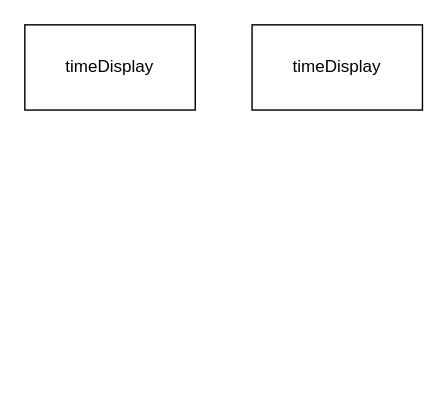
Before: ratingApp.drawio in thangpdsv2/reactTesting, a draw.io diagram. Source tidied: cells renumbered, new cells numbered last; positions are measured from the earlier drawing's top-left corner, leaving out a move shared by most shapes. Both pictures are drawn from the tidied source at 142%, with x=0, y=0 at pixel (24, 24).
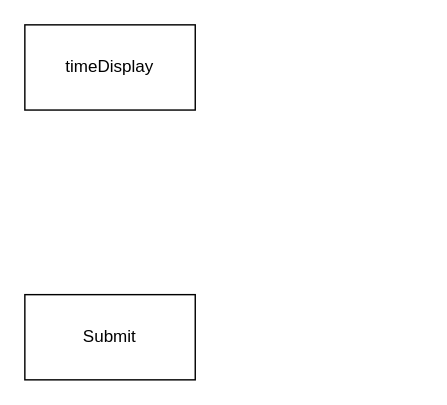
After the change.

The edit, as a diff of the source:
```diff
@@
 <mxGraphModel>
   <root>
     <mxCell id="0" />
     <mxCell id="1" parent="0" />
     <mxCell id="2" value="timeDisplay" style="rounded=0;whiteSpace=wrap;html=1;" parent="1" vertex="1">
       <mxGeometry width="120" height="60" as="geometry" />
     </mxCell>
-    <mxCell id="3" value="timeDisplay" style="rounded=0;whiteSpace=wrap;html=1;" parent="1" vertex="1">
-      <mxGeometry x="160" width="120" height="60" as="geometry" />
+    <mxCell id="3" value="Submit" style="rounded=0;whiteSpace=wrap;html=1;" parent="1" vertex="1">
+      <mxGeometry y="190" width="120" height="60" as="geometry" />
     </mxCell>
   </root>
 </mxGraphModel>
```
